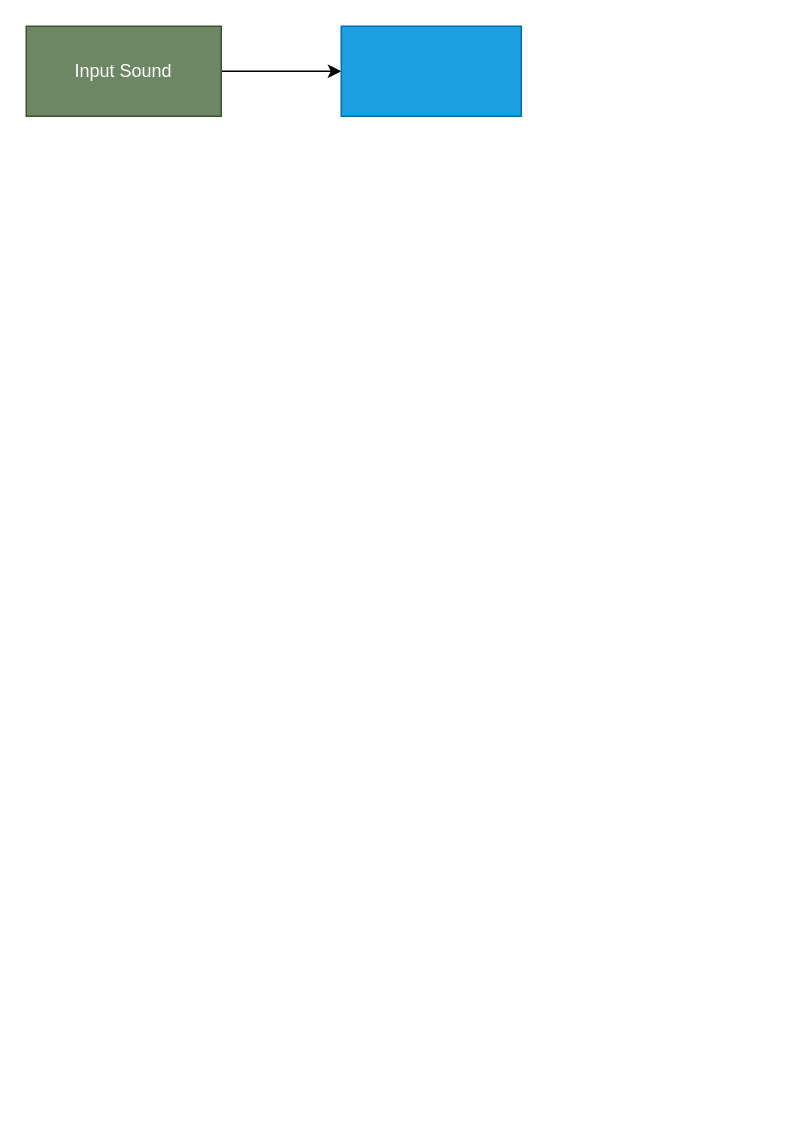
GiovanniPeirone/Lockquency keeps this draw.io diagram as diagram/SoundSupresor/SoundSupresor.drawio. Above is the earlier version. Source tidied: cells renumbered, new cells numbered last; positions are measured from the earlier drawing's top-left corner, leaving out a move shared by most shapes. Both pictures are drawn from the tidied source at 150%, with x=0, y=0 at pixel (26, 26).
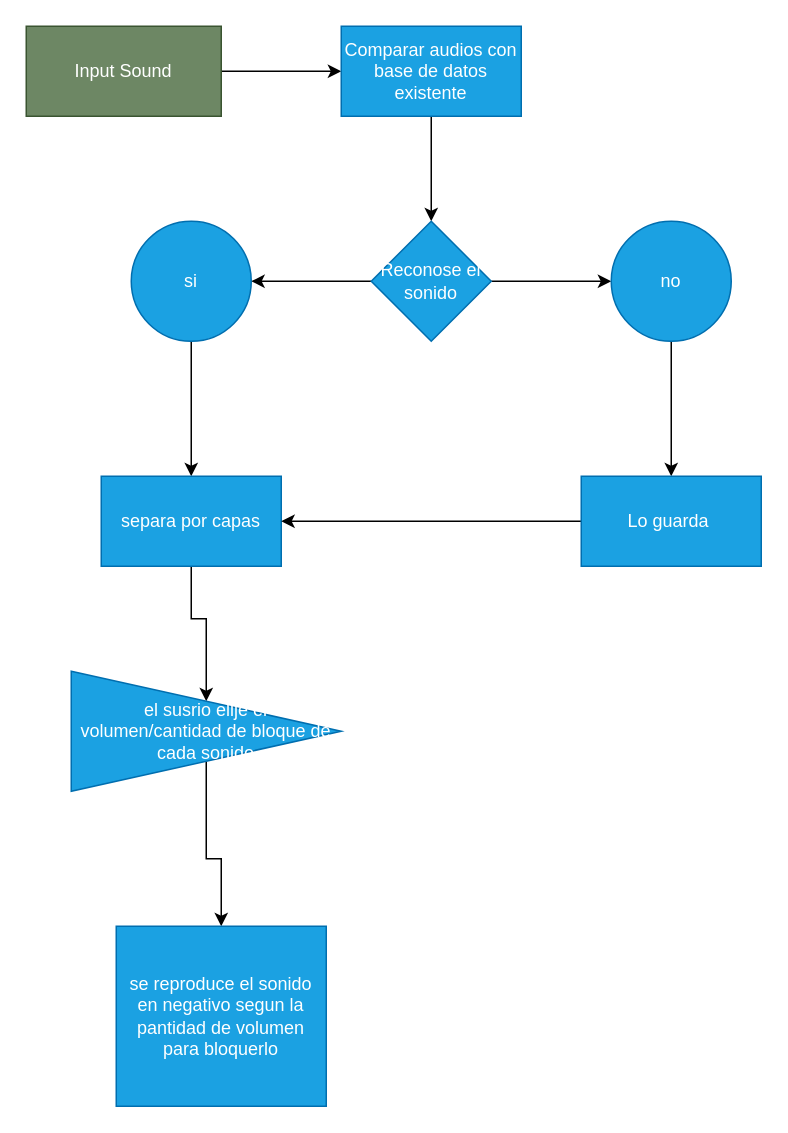
Above is the later version.

The edit, as a diff of the source:
```diff
@@
 <mxGraphModel>
   <root>
     <mxCell id="0" />
     <mxCell id="1" parent="0" />
     <mxCell id="2" style="edgeStyle=orthogonalEdgeStyle;rounded=0;jettySize=auto;html=1;" parent="1" edge="1" source="3" target="4">
       <mxGeometry relative="1" as="geometry" />
     </mxCell>
     <mxCell id="3" value="Input Sound" style="rounded=0;whiteSpace=wrap;html=1;fillColor=#6d8764;fontColor=#ffffff;strokeColor=#3A5431;" parent="1" vertex="1">
       <mxGeometry width="130" height="60" as="geometry" />
     </mxCell>
+    <mxCell id="5" style="edgeStyle=orthogonalEdgeStyle;rounded=0;jettySize=auto;html=1;" parent="1" edge="1" source="4" target="8">
+      <mxGeometry relative="1" as="geometry" />
+    </mxCell>
-    <mxCell id="4" style="rounded=0;whiteSpace=wrap;html=1;fillColor=#1ba1e2;fontColor=#ffffff;strokeColor=#006EAF;" parent="1" vertex="1">
+    <mxCell id="4" value="Comparar audios con base de datos existente" style="rounded=0;whiteSpace=wrap;html=1;fillColor=#1ba1e2;fontColor=#ffffff;strokeColor=#006EAF;" parent="1" vertex="1">
       <mxGeometry x="210" width="120" height="60" as="geometry" />
     </mxCell>
+    <mxCell id="6" style="edgeStyle=orthogonalEdgeStyle;rounded=0;jettySize=auto;html=1;" parent="1" edge="1" source="8" target="10">
+      <mxGeometry relative="1" as="geometry" />
+    </mxCell>
+    <mxCell id="7" style="edgeStyle=orthogonalEdgeStyle;rounded=0;jettySize=auto;html=1;" parent="1" edge="1" source="8" target="14">
+      <mxGeometry relative="1" as="geometry" />
+    </mxCell>
+    <mxCell id="8" value="Reconose el sonido" style="rhombus;whiteSpace=wrap;html=1;fillColor=#1ba1e2;strokeColor=#006EAF;fontColor=#ffffff;rounded=0;" parent="1" vertex="1">
+      <mxGeometry x="230" y="130" width="80" height="80" as="geometry" />
+    </mxCell>
+    <mxCell id="9" style="edgeStyle=orthogonalEdgeStyle;rounded=0;jettySize=auto;html=1;" parent="1" edge="1" source="10" target="12">
+      <mxGeometry relative="1" as="geometry" />
+    </mxCell>
+    <mxCell id="10" value="si" style="ellipse;whiteSpace=wrap;html=1;fillColor=#1ba1e2;strokeColor=#006EAF;fontColor=#ffffff;rounded=0;" parent="1" vertex="1">
+      <mxGeometry x="70" y="130" width="80" height="80" as="geometry" />
+    </mxCell>
+    <mxCell id="11" style="edgeStyle=orthogonalEdgeStyle;rounded=0;jettySize=auto;html=1;" parent="1" edge="1" source="12" target="18">
+      <mxGeometry relative="1" as="geometry" />
+    </mxCell>
+    <mxCell id="12" value="separa por capas" style="whiteSpace=wrap;html=1;fillColor=#1ba1e2;strokeColor=#006EAF;fontColor=#ffffff;rounded=0;" parent="1" vertex="1">
+      <mxGeometry x="50" y="300" width="120" height="60" as="geometry" />
+    </mxCell>
+    <mxCell id="13" style="edgeStyle=orthogonalEdgeStyle;rounded=0;jettySize=auto;html=1;" parent="1" edge="1" source="14" target="16">
+      <mxGeometry relative="1" as="geometry" />
+    </mxCell>
+    <mxCell id="14" value="no" style="ellipse;whiteSpace=wrap;html=1;fillColor=#1ba1e2;strokeColor=#006EAF;fontColor=#ffffff;rounded=0;" parent="1" vertex="1">
+      <mxGeometry x="390" y="130" width="80" height="80" as="geometry" />
+    </mxCell>
+    <mxCell id="15" style="edgeStyle=orthogonalEdgeStyle;rounded=0;jettySize=auto;html=1;exitX=0;exitY=0.5;exitDx=0;exitDy=0;" parent="1" edge="1" source="16" target="12">
+      <mxGeometry relative="1" as="geometry" />
+    </mxCell>
+    <mxCell id="16" value="Lo guarda&amp;nbsp;" style="whiteSpace=wrap;html=1;fillColor=#1ba1e2;strokeColor=#006EAF;fontColor=#ffffff;rounded=0;" parent="1" vertex="1">
+      <mxGeometry x="370" y="300" width="120" height="60" as="geometry" />
+    </mxCell>
+    <mxCell id="17" style="edgeStyle=orthogonalEdgeStyle;rounded=0;jettySize=auto;html=1;" parent="1" edge="1" source="18" target="19">
+      <mxGeometry relative="1" as="geometry" />
+    </mxCell>
+    <mxCell id="18" value="el susrio elije el volumen/cantidad de bloque de cada sonido" style="triangle;whiteSpace=wrap;html=1;fillColor=#1ba1e2;strokeColor=#006EAF;fontColor=#ffffff;rounded=0;" parent="1" vertex="1">
+      <mxGeometry x="30" y="430" width="180" height="80" as="geometry" />
+    </mxCell>
+    <mxCell id="19" value="se reproduce el sonido en negativo segun la pantidad de volumen para bloquerlo" style="whiteSpace=wrap;html=1;fillColor=#1ba1e2;strokeColor=#006EAF;fontColor=#ffffff;rounded=0;" parent="1" vertex="1">
+      <mxGeometry x="60" y="600" width="140" height="120" as="geometry" />
+    </mxCell>
   </root>
 </mxGraphModel>
```
